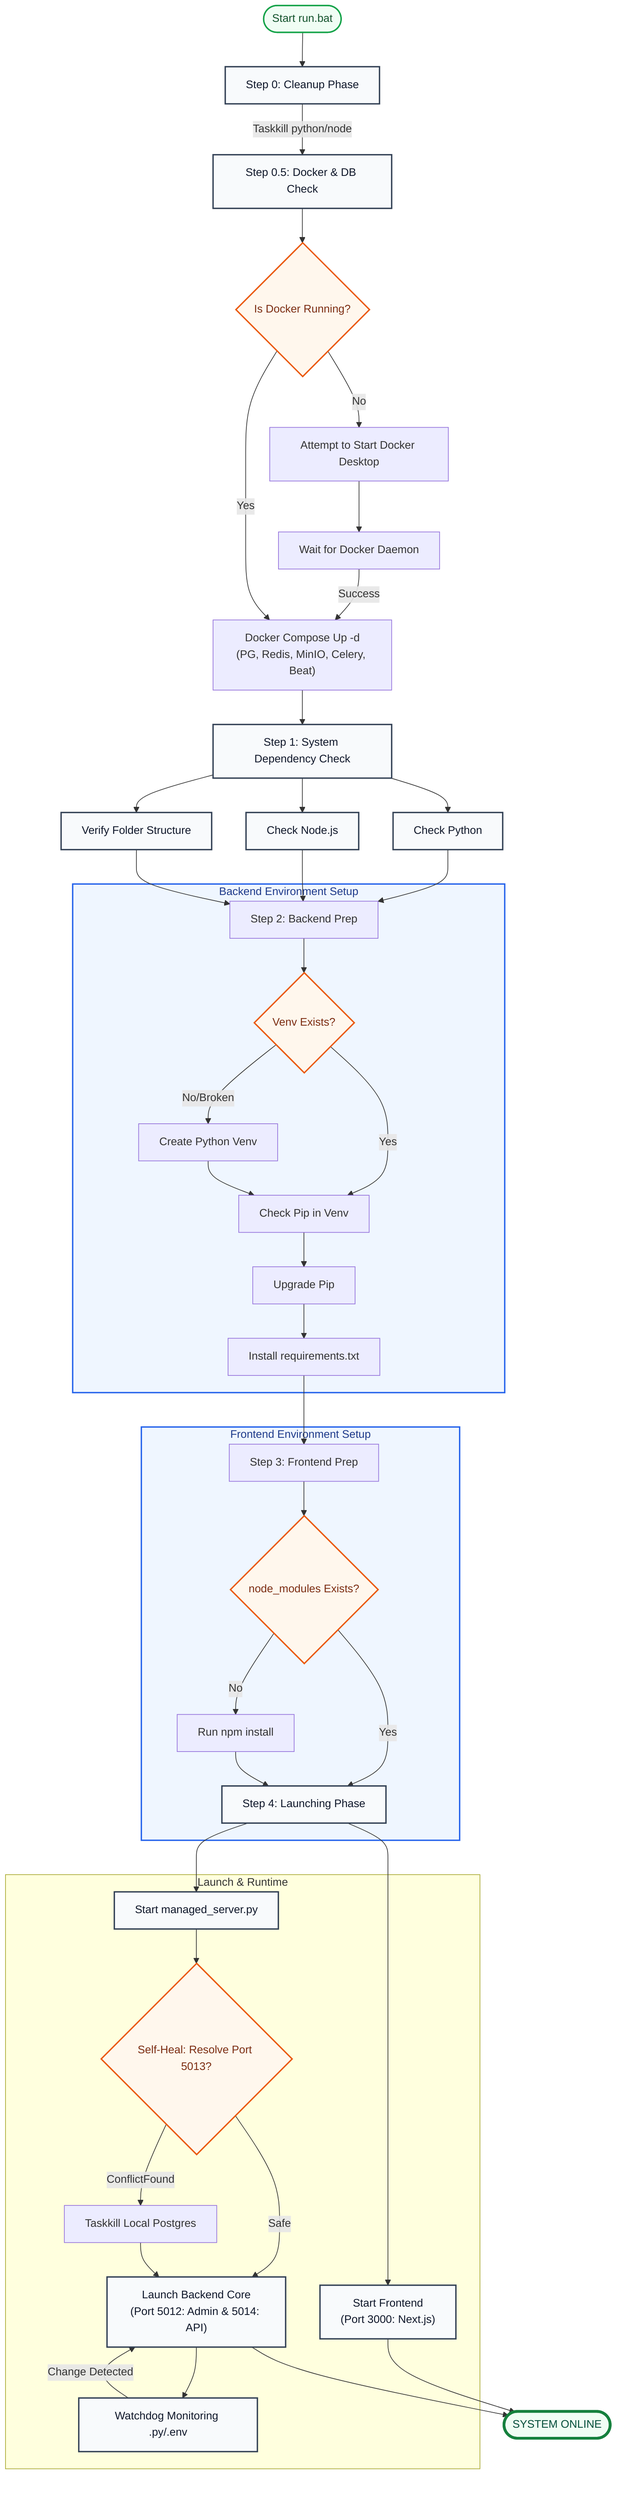
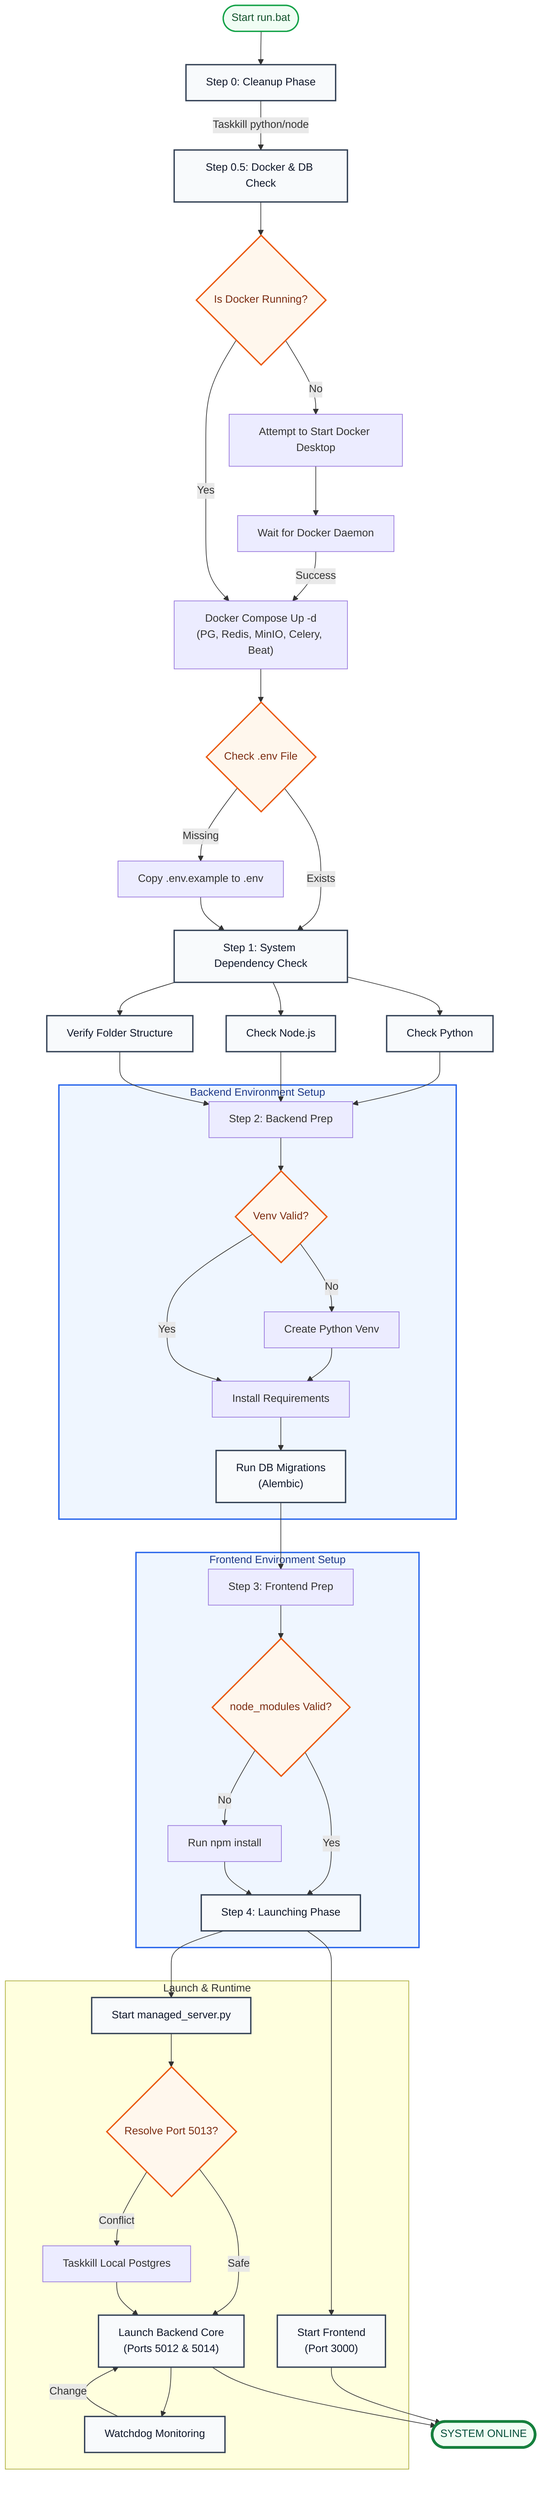
graph TD
    %% Global Styling & Professional Aesthetics
    classDef start fill:#f0fdf4,stroke:#16a34a,stroke-width:2px,color:#14532d
    classDef step fill:#f8fafc,stroke:#334155,stroke-width:2px,color:#0f172a
    classDef decision fill:#fff7ed,stroke:#ea580c,stroke-width:2px,color:#7c2d12
    classDef setup fill:#eff6ff,stroke:#2563eb,stroke-width:2px,color:#1e3a8a
    classDef success fill:#f0fdf4,stroke:#15803d,stroke-width:4px,color:#064e3b

    Start([Start run.bat]) --> Clean[Step 0: Cleanup Phase]
    Clean -->|Taskkill python/node| DockerCheck[Step 0.5: Docker & DB Check]

    DockerCheck --> IsDockerRunning{Is Docker Running?}
    IsDockerRunning -->|No| StartDocker[Attempt to Start Docker Desktop]
    StartDocker --> WaitDocker[Wait for Docker Daemon]
    WaitDocker -->|Success| RunCompose["Docker Compose Up -d<br/>(PG, Redis, MinIO, Celery, Beat)"]
    IsDockerRunning -->|Yes| RunCompose

-     RunCompose --> DepCheck[Step 1: System Dependency Check]
+     RunCompose --> EnvCheck{Check .env File}
+     EnvCheck -->|Missing| CopyEnv[Copy .env.example to .env]
+     EnvCheck -->|Exists| DepCheck[Step 1: System Dependency Check]
+     CopyEnv --> DepCheck
+ 
    DepCheck --> CheckPython[Check Python]
    DepCheck --> CheckNode[Check Node.js]
    DepCheck --> CheckFiles[Verify Folder Structure]

    CheckPython & CheckNode & CheckFiles --> BEPrep[Step 2: Backend Prep]

    subgraph BackendSetup["Backend Environment Setup"]
-         BEPrep --> VenvCheck{Venv Exists?}
-         VenvCheck -->|No/Broken| CreateVenv[Create Python Venv]
-         VenvCheck -->|Yes| PipCheck[Check Pip in Venv]
-         CreateVenv --> PipCheck
-         PipCheck --> PipUpgrade[Upgrade Pip]
-         PipUpgrade --> PipInstall[Install requirements.txt]
+         BEPrep --> VenvCheck{Venv Valid?}
+         VenvCheck -->|No| CreateVenv[Create Python Venv]
+         CreateVenv --> PipInstall
+         VenvCheck -->|Yes| PipInstall[Install Requirements]
+         PipInstall --> DB_Migrate["Run DB Migrations<br/>(Alembic)"]
    end

-     PipInstall --> FEPrep[Step 3: Frontend Prep]
+     DB_Migrate --> FEPrep[Step 3: Frontend Prep]

    subgraph FrontendSetup["Frontend Environment Setup"]
-         FEPrep --> NodeModulesCheck{node_modules Exists?}
+         FEPrep --> NodeModulesCheck{node_modules Valid?}
        NodeModulesCheck -->|No| NPMInstall[Run npm install]
        NodeModulesCheck -->|Yes| LaunchPhase[Step 4: Launching Phase]
        NPMInstall --> LaunchPhase
    end

    subgraph Launch["Launch & Runtime"]
        LaunchPhase --> Watchdog[Start managed_server.py]
-         Watchdog --> SelfHeal{Self-Heal: Resolve Port 5013?}
-         SelfHeal -->|ConflictFound| KillLocalPG[Taskkill Local Postgres]
-         SelfHeal -->|Safe| Uvicorn["Launch Backend Core<br/>(Port 5012: Admin & 5014: API)"]
+         Watchdog --> SelfHeal{Resolve Port 5013?}
+         SelfHeal -->|Conflict| KillLocalPG[Taskkill Local Postgres]
+         SelfHeal -->|Safe| Uvicorn["Launch Backend Core<br/>(Ports 5012 & 5014)"]
        KillLocalPG --> Uvicorn
-         Uvicorn --> Monitor[Watchdog Monitoring .py/.env]
-         LaunchPhase --> LaunchFE["Start Frontend<br/>(Port 3000: Next.js)"]
+         Uvicorn --> Monitor[Watchdog Monitoring]
+         LaunchPhase --> LaunchFE["Start Frontend<br/>(Port 3000)"]
    end

-     Monitor -->|Change Detected| Uvicorn
+     Monitor -->|Change| Uvicorn
    LaunchFE --> Success([SYSTEM ONLINE])
    Uvicorn --> Success

    %% Applying Classes
    class Start start
-     class Clean,DockerCheck,DepCheck,CheckPython,CheckNode,CheckFiles,LaunchPhase,Watchdog,Uvicorn,LaunchFE,Monitor step
-     class IsDockerRunning,VenvCheck,NodeModulesCheck,SelfHeal decision
+     class Clean,DockerCheck,DepCheck,CheckPython,CheckNode,CheckFiles,LaunchPhase,Watchdog,Uvicorn,LaunchFE,Monitor,DB_Migrate step
+     class IsDockerRunning,VenvCheck,NodeModulesCheck,SelfHeal,EnvCheck decision
    class BackendSetup,FrontendSetup setup
    class Success success
